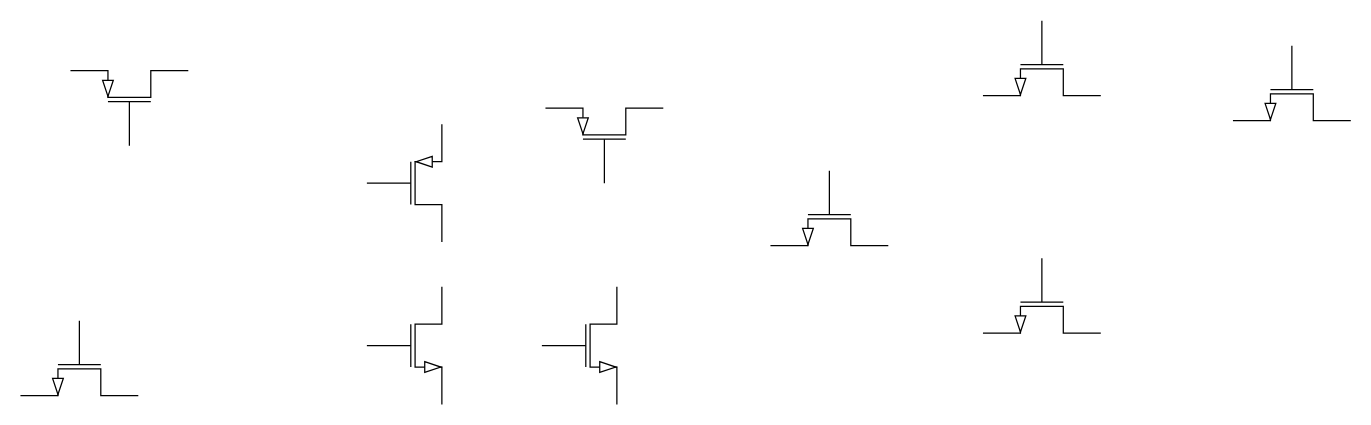
Before: switch.drawio in w1213ph/draw.io, a draw.io diagram. Source tidied: cells renumbered, new cells numbered last; positions are measured from the earlier drawing's top-left corner, leaving out a move shared by most shapes. Both pictures are drawn from the tidied source at 125%, with x=0, y=0 at pixel (16, 20).
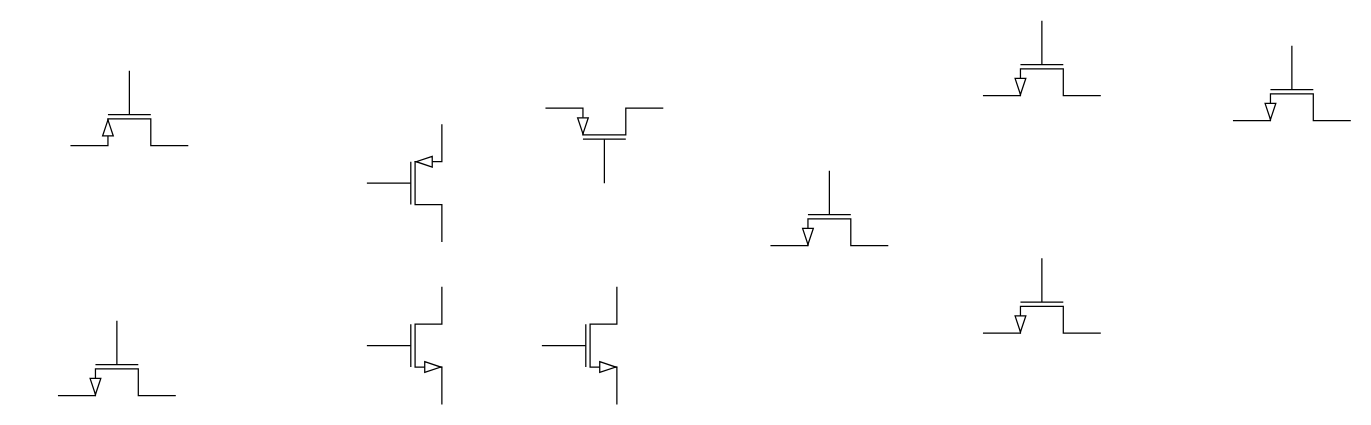
After the change.

Diff of the diagram source:
```diff
@@
 <mxGraphModel>
   <root>
     <mxCell id="0" />
     <mxCell id="1" parent="0" />
     <mxCell id="2" style="verticalLabelPosition=bottom;shadow=0;dashed=0;align=center;html=1;verticalAlign=top;shape=mxgraph.electrical.transistors.nmos;" parent="1" vertex="1">
       <mxGeometry x="280" y="210" width="60" height="100" as="geometry" />
     </mxCell>
     <mxCell id="3" style="verticalLabelPosition=bottom;shadow=0;dashed=0;align=center;html=1;verticalAlign=top;shape=mxgraph.electrical.transistors.pmos;" parent="1" vertex="1">
       <mxGeometry x="280" y="80" width="60" height="100" as="geometry" />
     </mxCell>
     <mxCell id="4" style="verticalLabelPosition=bottom;shadow=0;dashed=0;align=center;html=1;verticalAlign=top;shape=mxgraph.electrical.transistors.nmos;" parent="1" vertex="1">
       <mxGeometry x="420" y="210" width="60" height="100" as="geometry" />
     </mxCell>
     <mxCell id="5" style="verticalLabelPosition=bottom;shadow=0;dashed=0;align=center;html=1;verticalAlign=top;shape=mxgraph.electrical.transistors.pmos;direction=north;" parent="1" vertex="1">
       <mxGeometry x="420" y="70" width="100" height="60" as="geometry" />
     </mxCell>
-    <mxCell id="6" style="verticalLabelPosition=bottom;shadow=0;dashed=0;align=center;html=1;verticalAlign=top;shape=mxgraph.electrical.transistors.pmos;direction=north;" parent="1" vertex="1">
+    <mxCell id="6" style="verticalLabelPosition=bottom;shadow=0;dashed=0;align=center;html=1;verticalAlign=top;shape=mxgraph.electrical.transistors.pmos;direction=south;flipH=1;" parent="1" vertex="1">
       <mxGeometry x="40" y="40" width="100" height="60" as="geometry" />
     </mxCell>
     <mxCell id="7" style="verticalLabelPosition=bottom;shadow=0;dashed=0;align=center;html=1;verticalAlign=top;shape=mxgraph.electrical.transistors.nmos;direction=south;" parent="1" vertex="1">
-      <mxGeometry y="240" width="100" height="60" as="geometry" />
+      <mxGeometry x="30" y="240" width="100" height="60" as="geometry" />
     </mxCell>
     <mxCell id="8" style="verticalLabelPosition=bottom;shadow=0;dashed=0;align=center;html=1;verticalAlign=top;shape=mxgraph.electrical.transistors.nmos;direction=south;" parent="1" vertex="1">
       <mxGeometry x="600" y="120" width="100" height="60" as="geometry" />
     </mxCell>
     <mxCell id="9" style="verticalLabelPosition=bottom;shadow=0;dashed=0;align=center;html=1;verticalAlign=top;shape=mxgraph.electrical.transistors.nmos;direction=south;" parent="1" vertex="1">
       <mxGeometry x="770" width="100" height="60" as="geometry" />
     </mxCell>
     <mxCell id="10" style="verticalLabelPosition=bottom;shadow=0;dashed=0;align=center;html=1;verticalAlign=top;shape=mxgraph.electrical.transistors.nmos;direction=south;" parent="1" vertex="1">
       <mxGeometry x="770" y="190" width="100" height="60" as="geometry" />
     </mxCell>
     <mxCell id="11" style="verticalLabelPosition=bottom;shadow=0;dashed=0;align=center;html=1;verticalAlign=top;shape=mxgraph.electrical.transistors.nmos;direction=south;" parent="1" vertex="1">
       <mxGeometry x="970" y="20" width="100" height="60" as="geometry" />
     </mxCell>
   </root>
 </mxGraphModel>
```
